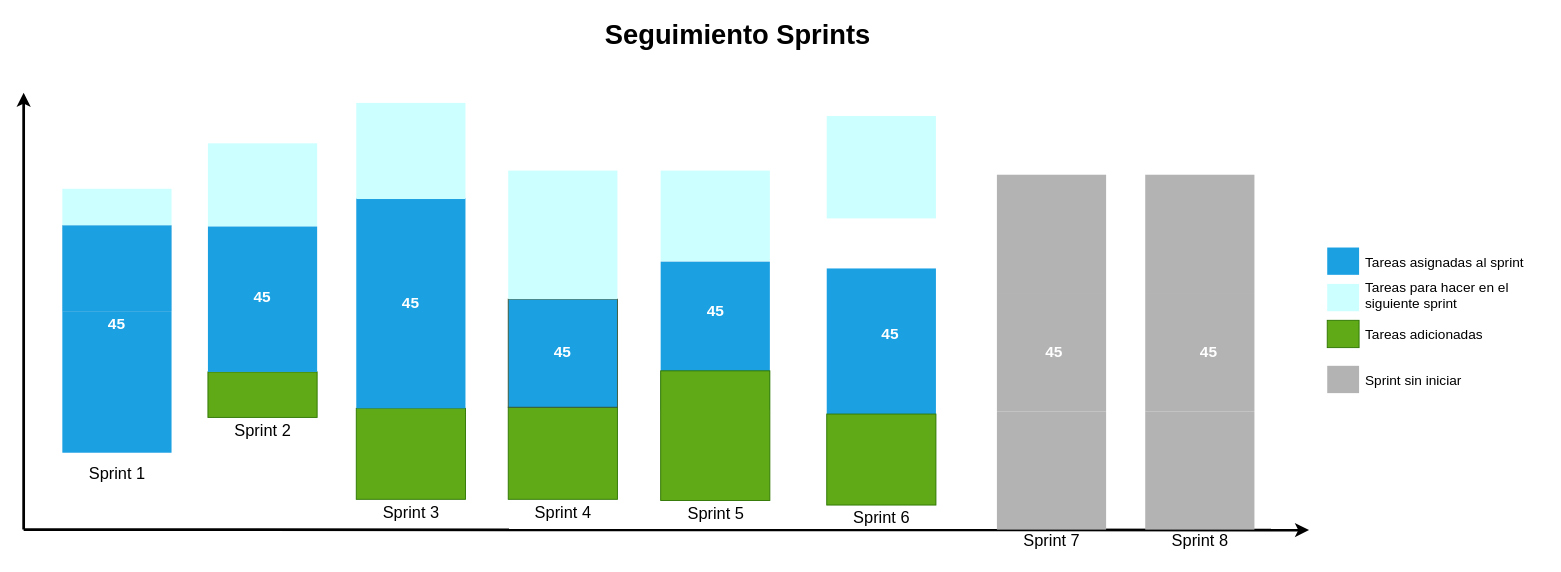
Before: sprints.drawio in lilitoones/ejercicios-open-bootcamp, a draw.io diagram. Source tidied: cells renumbered, new cells numbered last; positions are measured from the earlier drawing's top-left corner, leaving out a move shared by most shapes. Both pictures are drawn from the tidied source at 91%, with x=0, y=0 at pixel (24, 15).
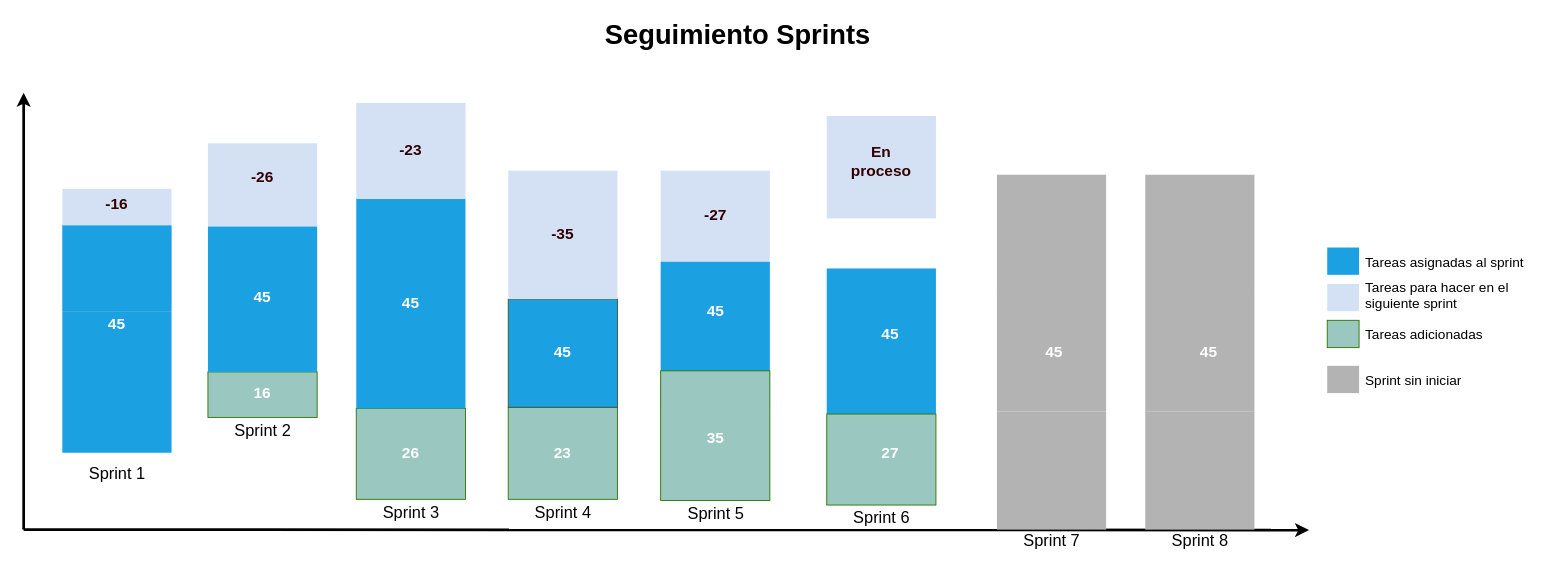
The same page after the edit.

Diff of the diagram source:
```diff
@@
-    <mxCell id="3" style="whiteSpace=wrap;fillColor=#60a917;gradientDirection=east;strokeColor=#2D7600;html=1;fontColor=#ffffff;" parent="1" vertex="1">
+    <mxCell id="3" style="whiteSpace=wrap;fillColor=#9AC7BF;gradientDirection=east;strokeColor=#2D7600;html=1;fontColor=#ffffff;fillStyle=auto;" parent="1" vertex="1">
       <mxGeometry x="202" y="391.2" width="120" height="50" as="geometry" />
     </mxCell>
-    <mxCell id="4" style="whiteSpace=wrap;fillColor=#60a917;gradientDirection=east;strokeColor=#2D7600;html=1;fontColor=#ffffff;" parent="1" vertex="1">
+    <mxCell id="4" style="whiteSpace=wrap;fillColor=#9AC7BF;gradientDirection=east;strokeColor=#2D7600;html=1;fontColor=#ffffff;" parent="1" vertex="1">
       <mxGeometry x="365" y="431.2" width="120" height="100" as="geometry" />
     </mxCell>
-    <mxCell id="5" style="whiteSpace=wrap;fillColor=#60a917;gradientDirection=east;strokeColor=#2D7600;html=1;fontColor=#ffffff;" parent="1" vertex="1">
+    <mxCell id="5" style="whiteSpace=wrap;fillColor=#9AC7BF;gradientDirection=east;strokeColor=#2D7600;html=1;fontColor=#ffffff;" parent="1" vertex="1">
       <mxGeometry x="532" y="430" width="120" height="101.2" as="geometry" />
     </mxCell>
@@
-    <mxCell id="8" style="whiteSpace=wrap;fillColor=#CCFFFF;gradientDirection=east;strokeColor=none;html=1;fontColor=#ffffff;strokeWidth=0;" parent="1" vertex="1">
+    <mxCell id="8" style="whiteSpace=wrap;fillColor=#D4E1F5;gradientDirection=east;strokeColor=none;html=1;fontColor=#ffffff;strokeWidth=0;" parent="1" vertex="1">
       <mxGeometry x="42" y="190" width="120" height="40" as="geometry" />
     </mxCell>
@@
-    <mxCell id="10" style="whiteSpace=wrap;fillColor=#CCFFFF;gradientColor=none;gradientDirection=east;strokeColor=none;html=1;fontColor=#23445d;" parent="1" vertex="1">
+    <mxCell id="10" style="whiteSpace=wrap;fillColor=#D4E1F5;gradientColor=none;gradientDirection=east;strokeColor=none;html=1;fontColor=#23445d;" parent="1" vertex="1">
       <mxGeometry x="202" y="140" width="120" height="91.2" as="geometry" />
     </mxCell>
@@
-    <mxCell id="12" style="whiteSpace=wrap;fillColor=#CCFFFF;gradientColor=none;gradientDirection=east;strokeColor=none;html=1;fontColor=#23445d;" parent="1" vertex="1">
+    <mxCell id="12" style="whiteSpace=wrap;fillColor=#D4E1F5;gradientColor=none;gradientDirection=east;strokeColor=none;html=1;fontColor=#23445d;" parent="1" vertex="1">
       <mxGeometry x="365" y="95.6" width="120" height="105.6" as="geometry" />
     </mxCell>
@@
-    <mxCell id="17" style="whiteSpace=wrap;fillColor=#60a917;gradientDirection=east;strokeColor=#2D7600;html=1;fontColor=#ffffff;" parent="1" vertex="1">
+    <mxCell id="17" style="whiteSpace=wrap;fillColor=#9AC7BF;gradientDirection=east;strokeColor=#2D7600;html=1;fontColor=#ffffff;" parent="1" vertex="1">
       <mxGeometry x="1432" y="334.5" width="35" height="30" as="geometry" />
     </mxCell>
-    <mxCell id="18" style="whiteSpace=wrap;fillColor=#CCFFFF;gradientColor=none;gradientDirection=east;strokeColor=none;html=1;fontColor=#23445d;" parent="1" vertex="1">
+    <mxCell id="18" style="whiteSpace=wrap;fillColor=#D4E1F5;gradientColor=none;gradientDirection=east;strokeColor=none;html=1;fontColor=#23445d;" parent="1" vertex="1">
       <mxGeometry x="1432" y="294.5" width="35" height="30" as="geometry" />
     </mxCell>
@@
-    <mxCell id="25" style="whiteSpace=wrap;fillColor=#CCFFFF;gradientColor=none;gradientDirection=east;strokeColor=none;html=1;fontColor=#23445d;" parent="1" vertex="1">
+    <mxCell id="25" style="whiteSpace=wrap;fillColor=#D4E1F5;gradientColor=none;gradientDirection=east;strokeColor=none;html=1;fontColor=#23445d;" parent="1" vertex="1">
       <mxGeometry x="532" y="170" width="120" height="141.2" as="geometry" />
     </mxCell>
@@
-    <mxCell id="27" style="whiteSpace=wrap;fillColor=#CCFFFF;gradientColor=none;gradientDirection=east;strokeColor=none;html=1;fontColor=#23445d;" parent="1" vertex="1">
+    <mxCell id="27" style="whiteSpace=wrap;fillColor=#D4E1F5;gradientColor=none;gradientDirection=east;strokeColor=none;html=1;fontColor=#23445d;" parent="1" vertex="1">
       <mxGeometry x="699.5" y="170" width="120" height="99.5" as="geometry" />
     </mxCell>
@@
-    <mxCell id="29" style="whiteSpace=wrap;fillColor=#60a917;gradientDirection=east;strokeColor=#2D7600;html=1;fontColor=#ffffff;" parent="1" vertex="1">
+    <mxCell id="29" style="whiteSpace=wrap;fillColor=#9AC7BF;gradientDirection=east;strokeColor=#2D7600;html=1;fontColor=#ffffff;" parent="1" vertex="1">
       <mxGeometry x="699.5" y="390" width="120" height="142.5" as="geometry" />
     </mxCell>
@@
-    <mxCell id="31" style="whiteSpace=wrap;fillColor=#CCFFFF;gradientColor=none;gradientDirection=east;strokeColor=none;html=1;fontColor=#23445d;" parent="1" vertex="1">
+    <mxCell id="31" style="whiteSpace=wrap;fillColor=#D4E1F5;gradientColor=none;gradientDirection=east;strokeColor=none;html=1;fontColor=#23445d;" parent="1" vertex="1">
       <mxGeometry x="882" y="110" width="120" height="112.5" as="geometry" />
     </mxCell>
@@
-    <mxCell id="33" style="whiteSpace=wrap;fillColor=#60a917;gradientDirection=east;strokeColor=#2D7600;html=1;fontColor=#ffffff;" parent="1" vertex="1">
+    <mxCell id="33" style="whiteSpace=wrap;fillColor=#9AC7BF;gradientDirection=east;strokeColor=#2D7600;html=1;fontColor=#ffffff;" parent="1" vertex="1">
       <mxGeometry x="882" y="437.5" width="120" height="100" as="geometry" />
     </mxCell>
@@
+    <mxCell id="53" value="-16" style="text;html=1;strokeColor=none;fillColor=none;align=center;verticalAlign=middle;whiteSpace=wrap;rounded=0;fontStyle=1;fontSize=17;fontColor=#330000;" parent="1" vertex="1">
+      <mxGeometry x="72" y="192.5" width="60" height="30" as="geometry" />
+    </mxCell>
+    <mxCell id="54" value="-26" style="text;html=1;strokeColor=none;fillColor=none;align=center;verticalAlign=middle;whiteSpace=wrap;rounded=0;fontStyle=1;fontSize=17;fontColor=#330000;" parent="1" vertex="1">
+      <mxGeometry x="232" y="162.5" width="60" height="30" as="geometry" />
+    </mxCell>
+    <mxCell id="55" value="16" style="text;html=1;strokeColor=none;fillColor=none;align=center;verticalAlign=middle;whiteSpace=wrap;rounded=0;fontStyle=1;fontSize=17;fontColor=#FFFFFF;" parent="1" vertex="1">
+      <mxGeometry x="232" y="400" width="60" height="30" as="geometry" />
+    </mxCell>
+    <mxCell id="56" value="26" style="text;html=1;strokeColor=none;fillColor=none;align=center;verticalAlign=middle;whiteSpace=wrap;rounded=0;fontStyle=1;fontSize=17;fontColor=#FFFFFF;" parent="1" vertex="1">
+      <mxGeometry x="395" y="465.6" width="60" height="30" as="geometry" />
+    </mxCell>
+    <mxCell id="57" value="-23" style="text;html=1;strokeColor=none;fillColor=none;align=center;verticalAlign=middle;whiteSpace=wrap;rounded=0;fontStyle=1;fontSize=17;fontColor=#330000;" parent="1" vertex="1">
+      <mxGeometry x="395" y="132.5" width="60" height="30" as="geometry" />
+    </mxCell>
+    <mxCell id="58" value="23" style="text;html=1;strokeColor=none;fillColor=none;align=center;verticalAlign=middle;whiteSpace=wrap;rounded=0;fontStyle=1;fontSize=17;fontColor=#FFFFFF;" parent="1" vertex="1">
+      <mxGeometry x="562" y="466.2" width="60" height="30" as="geometry" />
+    </mxCell>
+    <mxCell id="59" value="-35" style="text;html=1;strokeColor=none;fillColor=none;align=center;verticalAlign=middle;whiteSpace=wrap;rounded=0;fontStyle=1;fontSize=17;fontColor=#330000;" parent="1" vertex="1">
+      <mxGeometry x="562" y="225.6" width="60" height="30" as="geometry" />
+    </mxCell>
+    <mxCell id="60" value="35" style="text;html=1;strokeColor=none;fillColor=none;align=center;verticalAlign=middle;whiteSpace=wrap;rounded=0;fontStyle=1;fontSize=17;fontColor=#FFFFFF;" parent="1" vertex="1">
+      <mxGeometry x="729.5" y="450" width="60" height="30" as="geometry" />
+    </mxCell>
+    <mxCell id="61" value="-27" style="text;html=1;strokeColor=none;fillColor=none;align=center;verticalAlign=middle;whiteSpace=wrap;rounded=0;fontStyle=1;fontSize=17;fontColor=#330000;" parent="1" vertex="1">
+      <mxGeometry x="729.5" y="204.8" width="60" height="30" as="geometry" />
+    </mxCell>
+    <mxCell id="62" value="27" style="text;html=1;strokeColor=none;fillColor=none;align=center;verticalAlign=middle;whiteSpace=wrap;rounded=0;fontStyle=1;fontSize=17;fontColor=#FFFFFF;" parent="1" vertex="1">
+      <mxGeometry x="922" y="466.2" width="60" height="30" as="geometry" />
+    </mxCell>
+    <mxCell id="63" value="En proceso" style="text;html=1;strokeColor=none;fillColor=none;align=center;verticalAlign=middle;whiteSpace=wrap;rounded=0;fontStyle=1;fontSize=17;fontColor=#330000;" parent="1" vertex="1">
+      <mxGeometry x="912" y="144.5" width="60" height="30" as="geometry" />
+    </mxCell>
```
